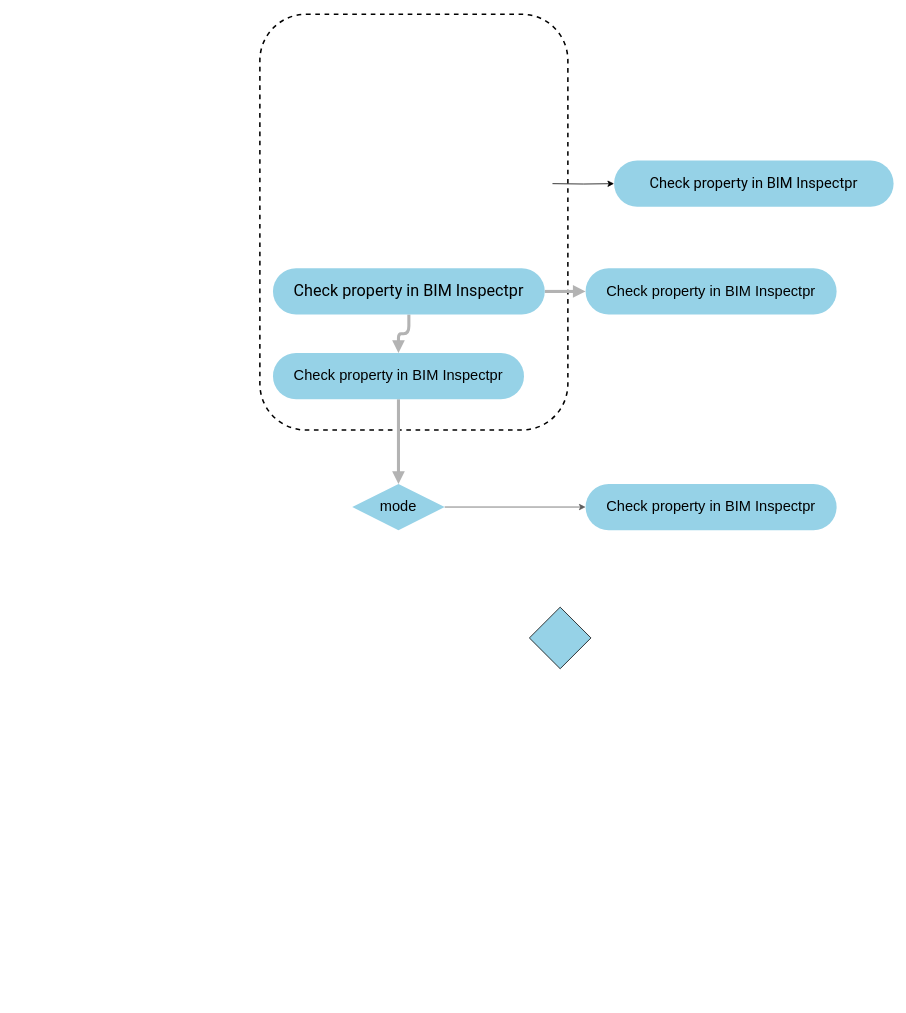
Before: Untitled Diagram.drawio in EricHsuYC/EricHsuYC.github.io, a draw.io diagram. Source tidied: cells renumbered, new cells numbered last; positions are measured from the earlier drawing's top-left corner, leaving out a move shared by most shapes. Both pictures are drawn from the tidied source at 77%, with x=0, y=0 at pixel (259, 14).
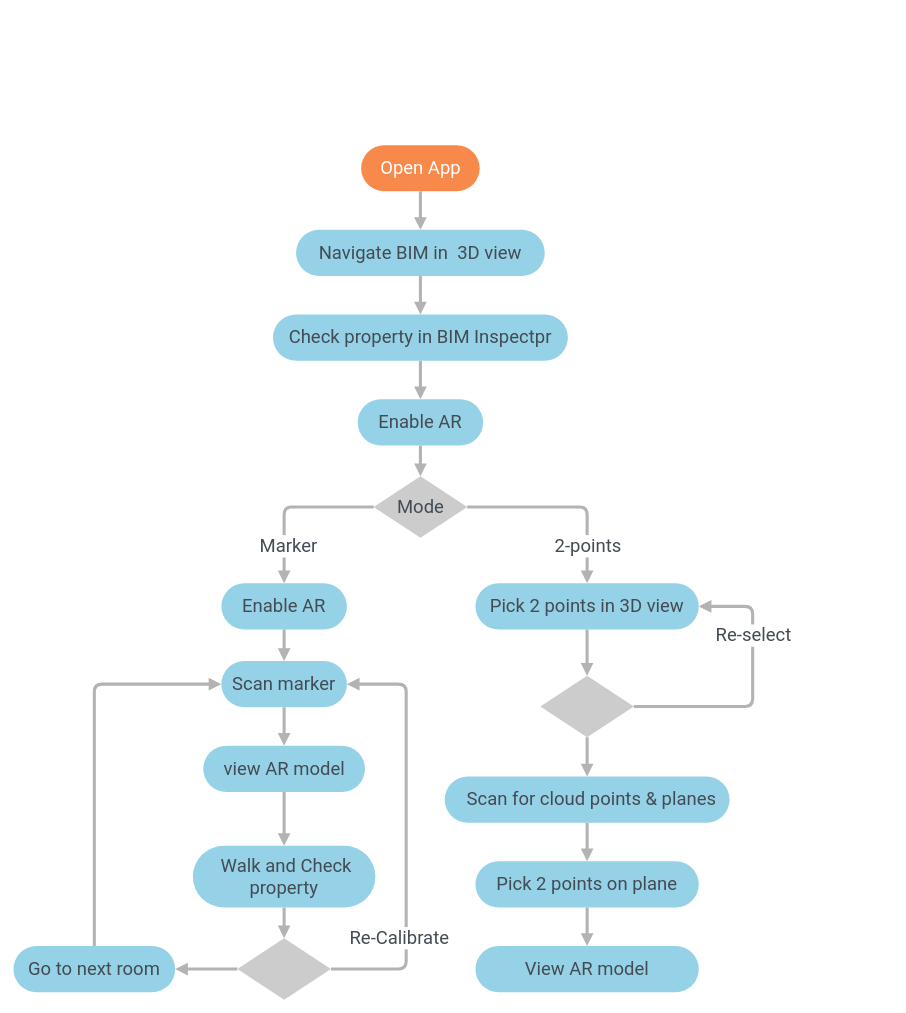
The same diagram, later.

The edit, as a diff of the source:
```diff
@@
-    <mxCell id="2" style="rounded=1;whiteSpace=wrap;html=1;fontFamily=Verdana;fillColor=none;dashed=1;perimeterSpacing=1;strokeWidth=2;" parent="1" vertex="1">
-      <mxGeometry width="400" height="540" as="geometry" />
-    </mxCell>
-    <mxCell id="3" style="edgeStyle=orthogonalEdgeStyle;jettySize=auto;html=1;strokeColor=#B3B3B3;strokeWidth=4;rounded=1;startArrow=none;startFill=0;endArrow=block;endFill=1;" parent="1" edge="1" source="5" target="10">
-      <mxGeometry relative="1" as="geometry" />
-    </mxCell>
-    <mxCell id="4" style="edgeStyle=orthogonalEdgeStyle;rounded=1;jettySize=auto;html=1;startArrow=none;startFill=0;endArrow=block;endFill=1;strokeColor=#B3B3B3;strokeWidth=4;" parent="1" edge="1" source="5" target="8">
-      <mxGeometry relative="1" as="geometry" />
-    </mxCell>
+    <mxCell id="15" style="edgeStyle=orthogonalEdgeStyle;rounded=1;jettySize=auto;html=1;fontFamily=Helvetica;strokeColor=#B3B3B3;strokeWidth=4;endFill=1;endArrow=block;startFill=0;startArrow=none;" parent="1" edge="1" source="5" target="17">
+      <mxGeometry relative="1" as="geometry" />
+    </mxCell>
-    <mxCell id="5" value="&lt;font style=&quot;font-size: 21px&quot; face=&quot;Roboto&quot;&gt;Check property in BIM Inspectpr&lt;/font&gt;" style="rounded=1;whiteSpace=wrap;html=1;arcSize=50;fillColor=#96D2E7;strokeColor=none;" parent="1" vertex="1">
-      <mxGeometry x="17" y="330" width="353" height="60" as="geometry" />
+    <mxCell id="5" value="&lt;font color=&quot;#434b54&quot; face=&quot;Roboto&quot;&gt;&lt;span style=&quot;font-size: 24px&quot;&gt;Navigate BIM in&amp;nbsp; 3D view&lt;/span&gt;&lt;/font&gt;" style="rounded=1;whiteSpace=wrap;html=1;arcSize=50;fillColor=#96D2E7;strokeColor=none;" parent="1" vertex="1">
+      <mxGeometry x="47" y="280" width="323" height="60" as="geometry" />
     </mxCell>
-    <mxCell id="6" style="edgeStyle=orthogonalEdgeStyle;rounded=0;jettySize=auto;html=1;fontFamily=Verdana;" parent="1" edge="1" target="7">
-      <mxGeometry relative="1" as="geometry">
-        <mxPoint x="380" y="220" as="sourcePoint" />
-      </mxGeometry>
-    </mxCell>
-    <mxCell id="7" value="&lt;font style=&quot;font-size: 19px&quot;&gt;Check property in BIM Inspectpr&lt;/font&gt;" style="rounded=1;whiteSpace=wrap;html=1;arcSize=50;fillColor=#96D2E7;strokeColor=none;fontFamily=Roboto;FType=g;" parent="1" vertex="1">
-      <mxGeometry x="460" y="190" width="363" height="60" as="geometry" />
-    </mxCell>
-    <mxCell id="8" value="&lt;font style=&quot;font-size: 19px&quot;&gt;Check property in BIM Inspectpr&lt;/font&gt;" style="rounded=1;whiteSpace=wrap;html=1;arcSize=50;fillColor=#96D2E7;strokeColor=none;" parent="1" vertex="1">
-      <mxGeometry x="423" y="330" width="326" height="60" as="geometry" />
-    </mxCell>
-    <mxCell id="9" style="edgeStyle=orthogonalEdgeStyle;rounded=1;jettySize=auto;html=1;strokeColor=#B3B3B3;strokeWidth=4;endFill=1;endArrow=block;startFill=0;startArrow=none;" parent="1" edge="1" source="10" target="12">
-      <mxGeometry relative="1" as="geometry" />
-    </mxCell>
-    <mxCell id="10" value="&lt;font style=&quot;font-size: 19px&quot;&gt;Check property in BIM Inspectpr&lt;/font&gt;" style="rounded=1;whiteSpace=wrap;html=1;arcSize=50;fillColor=#96D2E7;strokeColor=none;" parent="1" vertex="1">
-      <mxGeometry x="17" y="440" width="326" height="60" as="geometry" />
-    </mxCell>
-    <mxCell id="11" style="edgeStyle=orthogonalEdgeStyle;rounded=0;jettySize=auto;html=1;strokeColor=#5C5C5C;" parent="1" edge="1" source="12" target="13">
-      <mxGeometry relative="1" as="geometry" />
-    </mxCell>
-    <mxCell id="12" value="&lt;font style=&quot;font-size: 19px&quot;&gt;mode&lt;/font&gt;" style="rhombus;whiteSpace=wrap;html=1;rounded=0;comic=0;strokeColor=none;fillColor=#96D2E7;" parent="1" vertex="1">
-      <mxGeometry x="120" y="610" width="120" height="60" as="geometry" />
-    </mxCell>
-    <mxCell id="13" value="&lt;font style=&quot;font-size: 19px&quot;&gt;Check property in BIM Inspectpr&lt;/font&gt;" style="rounded=1;whiteSpace=wrap;html=1;arcSize=50;fillColor=#96D2E7;strokeColor=none;" parent="1" vertex="1">
-      <mxGeometry x="423" y="610" width="326" height="60" as="geometry" />
-    </mxCell>
+    <mxCell id="16" style="edgeStyle=orthogonalEdgeStyle;jettySize=auto;html=1;startFill=0;endArrow=block;endFill=1;strokeColor=#B3B3B3;strokeWidth=4;" parent="1" edge="1" source="17" target="19">
+      <mxGeometry relative="1" as="geometry" />
+    </mxCell>
+    <mxCell id="17" value="&lt;font style=&quot;font-size: 24px&quot; face=&quot;Roboto&quot; color=&quot;#434b54&quot;&gt;Check property in BIM Inspectpr&lt;/font&gt;" style="rounded=1;whiteSpace=wrap;html=1;arcSize=50;fillColor=#96D2E7;strokeColor=none;" parent="1" vertex="1">
+      <mxGeometry x="17" y="390" width="383" height="60" as="geometry" />
+    </mxCell>
+    <mxCell id="18" style="edgeStyle=orthogonalEdgeStyle;jettySize=auto;html=1;exitX=0.5;exitY=1;exitDx=0;exitDy=0;entryX=0.5;entryY=0;entryDx=0;entryDy=0;startFill=0;endArrow=block;endFill=1;strokeColor=#B3B3B3;strokeWidth=4;" parent="1" edge="1" source="19" target="14">
+      <mxGeometry relative="1" as="geometry" />
+    </mxCell>
+    <mxCell id="19" value="&lt;font color=&quot;#434b54&quot; face=&quot;Roboto&quot;&gt;&lt;span style=&quot;font-size: 24px&quot;&gt;Enable AR&lt;/span&gt;&lt;/font&gt;" style="rounded=1;whiteSpace=wrap;html=1;arcSize=50;fillColor=#96D2E7;strokeColor=none;" parent="1" vertex="1">
+      <mxGeometry x="127" y="500" width="163" height="60" as="geometry" />
+    </mxCell>
+    <mxCell id="20" style="edgeStyle=orthogonalEdgeStyle;jettySize=auto;html=1;entryX=0.5;entryY=0;entryDx=0;entryDy=0;startFill=0;endArrow=block;endFill=1;strokeColor=#B3B3B3;strokeWidth=4;" parent="1" edge="1" source="14" target="27">
+      <mxGeometry relative="1" as="geometry" />
+    </mxCell>
+    <mxCell id="21" value="2-points" style="text;html=1;align=center;verticalAlign=middle;labelBackgroundColor=#ffffff;fontFamily=Roboto;fontSize=24;fontColor=#434B54;" parent="20" vertex="1">
+      <mxGeometry x="-0.12" y="-51" relative="1" as="geometry">
+        <mxPoint x="43.8" y="-1" as="offset" />
+      </mxGeometry>
+    </mxCell>
+    <mxCell id="22" style="edgeStyle=orthogonalEdgeStyle;jettySize=auto;html=1;entryX=0.5;entryY=0;entryDx=0;entryDy=0;startFill=0;endArrow=block;endFill=1;strokeColor=#B3B3B3;strokeWidth=4;" parent="1" edge="1" source="14" target="29">
+      <mxGeometry relative="1" as="geometry" />
+    </mxCell>
+    <mxCell id="23" value="Marker" style="text;html=1;align=center;verticalAlign=middle;labelBackgroundColor=#ffffff;fontSize=24;fontFamily=Roboto;fontColor=#434B54;" parent="22" vertex="1">
+      <mxGeometry y="31" relative="1" as="geometry">
+        <mxPoint x="-2.9" y="19" as="offset" />
+      </mxGeometry>
+    </mxCell>
-    <mxCell id="14" style="rhombus;whiteSpace=wrap;html=1;rounded=0;comic=0;strokeColor=#000000;fillColor=#96D2E7;" parent="1" vertex="1">
-      <mxGeometry x="350" y="770" width="80" height="80" as="geometry" />
+    <mxCell id="14" value="&lt;font style=&quot;font-size: 24px&quot; face=&quot;Roboto&quot; color=&quot;#434b54&quot;&gt;Mode&lt;/font&gt;" style="rhombus;whiteSpace=wrap;html=1;rounded=0;comic=0;strokeColor=none;fillColor=#CCCCCC;" parent="1" vertex="1">
+      <mxGeometry x="147.8" y="600" width="121.5" height="80" as="geometry" />
     </mxCell>
+    <mxCell id="24" style="edgeStyle=orthogonalEdgeStyle;rounded=1;jettySize=auto;html=1;exitX=0.5;exitY=1;exitDx=0;exitDy=0;fontFamily=Helvetica;strokeColor=#B3B3B3;strokeWidth=4;endFill=1;endArrow=block;startFill=0;startArrow=none;" parent="1" edge="1" source="25" target="5">
+      <mxGeometry relative="1" as="geometry" />
+    </mxCell>
+    <mxCell id="25" value="&lt;font style=&quot;font-size: 24px&quot; color=&quot;#ffffff&quot;&gt;Open App&lt;/font&gt;" style="rounded=1;whiteSpace=wrap;html=1;fillColor=#F78A4A;fontFamily=Roboto;arcSize=50;strokeColor=none;" parent="1" vertex="1">
+      <mxGeometry x="131.5" y="170" width="154" height="60" as="geometry" />
+    </mxCell>
+    <mxCell id="26" style="edgeStyle=orthogonalEdgeStyle;jettySize=auto;html=1;entryX=0.5;entryY=0;entryDx=0;entryDy=0;startFill=0;endArrow=block;endFill=1;strokeColor=#B3B3B3;strokeWidth=4;" parent="1" edge="1" source="27" target="39">
+      <mxGeometry relative="1" as="geometry" />
+    </mxCell>
+    <mxCell id="27" value="&lt;font color=&quot;#434b54&quot; face=&quot;Roboto&quot;&gt;&lt;span style=&quot;font-size: 24px&quot;&gt;Pick 2 points in 3D view&lt;/span&gt;&lt;/font&gt;" style="rounded=1;whiteSpace=wrap;html=1;arcSize=50;fillColor=#96D2E7;strokeColor=none;" parent="1" vertex="1">
+      <mxGeometry x="280" y="739" width="290" height="60" as="geometry" />
+    </mxCell>
+    <mxCell id="28" style="edgeStyle=orthogonalEdgeStyle;jettySize=auto;html=1;startFill=0;endArrow=block;endFill=1;strokeColor=#B3B3B3;strokeWidth=4;" parent="1" edge="1" source="29" target="31">
+      <mxGeometry relative="1" as="geometry" />
+    </mxCell>
+    <mxCell id="29" value="&lt;font color=&quot;#434b54&quot; face=&quot;Roboto&quot;&gt;&lt;span style=&quot;font-size: 24px&quot;&gt;Enable AR&lt;/span&gt;&lt;/font&gt;" style="rounded=1;whiteSpace=wrap;html=1;arcSize=50;fillColor=#96D2E7;strokeColor=none;" parent="1" vertex="1">
+      <mxGeometry x="-50" y="739" width="163" height="60" as="geometry" />
+    </mxCell>
+    <mxCell id="30" style="edgeStyle=orthogonalEdgeStyle;jettySize=auto;html=1;startFill=0;endArrow=block;endFill=1;strokeColor=#B3B3B3;strokeWidth=4;" parent="1" edge="1" source="31" target="33">
+      <mxGeometry relative="1" as="geometry" />
+    </mxCell>
+    <mxCell id="31" value="&lt;font color=&quot;#434b54&quot; face=&quot;Roboto&quot;&gt;&lt;span style=&quot;font-size: 24px&quot;&gt;Scan marker&lt;/span&gt;&lt;/font&gt;" style="rounded=1;whiteSpace=wrap;html=1;arcSize=50;fillColor=#96D2E7;strokeColor=none;" parent="1" vertex="1">
+      <mxGeometry x="-50" y="840" width="163" height="60" as="geometry" />
+    </mxCell>
+    <mxCell id="32" style="edgeStyle=orthogonalEdgeStyle;jettySize=auto;html=1;startFill=0;endArrow=block;endFill=1;strokeColor=#B3B3B3;strokeWidth=4;" parent="1" edge="1" source="33" target="35">
+      <mxGeometry relative="1" as="geometry" />
+    </mxCell>
+    <mxCell id="33" value="&lt;font color=&quot;#434b54&quot; face=&quot;Roboto&quot;&gt;&lt;span style=&quot;font-size: 24px&quot;&gt;view AR model&lt;/span&gt;&lt;/font&gt;" style="rounded=1;whiteSpace=wrap;html=1;arcSize=50;fillColor=#96D2E7;strokeColor=none;" parent="1" vertex="1">
+      <mxGeometry x="-73.5" y="950" width="210" height="60" as="geometry" />
+    </mxCell>
+    <mxCell id="34" style="edgeStyle=orthogonalEdgeStyle;jettySize=auto;html=1;entryX=0.5;entryY=0;entryDx=0;entryDy=0;startFill=0;endArrow=block;endFill=1;strokeColor=#B3B3B3;strokeWidth=4;" parent="1" edge="1" source="35" target="48">
+      <mxGeometry relative="1" as="geometry" />
+    </mxCell>
+    <mxCell id="35" value="&lt;font color=&quot;#434b54&quot; face=&quot;Roboto&quot;&gt;&lt;span style=&quot;font-size: 24px&quot;&gt;&amp;nbsp;Walk and Check property&lt;/span&gt;&lt;/font&gt;" style="rounded=1;whiteSpace=wrap;html=1;arcSize=50;fillColor=#96D2E7;strokeColor=none;" parent="1" vertex="1">
+      <mxGeometry x="-87" y="1080" width="237" height="80" as="geometry" />
+    </mxCell>
+    <mxCell id="36" style="edgeStyle=orthogonalEdgeStyle;jettySize=auto;html=1;entryX=0.5;entryY=0;entryDx=0;entryDy=0;startFill=0;endArrow=block;endFill=1;strokeColor=#B3B3B3;strokeWidth=4;" parent="1" edge="1" source="39" target="41">
+      <mxGeometry relative="1" as="geometry" />
+    </mxCell>
+    <mxCell id="37" style="edgeStyle=orthogonalEdgeStyle;jettySize=auto;html=1;entryX=1;entryY=0.5;entryDx=0;entryDy=0;startFill=0;endArrow=block;endFill=1;strokeColor=#B3B3B3;strokeWidth=4;" parent="1" edge="1" source="39" target="27">
+      <mxGeometry relative="1" as="geometry">
+        <Array as="points">
+          <mxPoint x="425" y="899" />
+          <mxPoint x="640" y="899" />
+          <mxPoint x="640" y="769" />
+        </Array>
+      </mxGeometry>
+    </mxCell>
+    <mxCell id="38" value="Re-select" style="text;html=1;align=center;verticalAlign=middle;labelBackgroundColor=#ffffff;fontSize=24;fontFamily=Roboto;fontColor=#434B54;" parent="37" vertex="1">
+      <mxGeometry x="0.07" y="2" relative="1" as="geometry">
+        <mxPoint x="2.1" y="-57" as="offset" />
+      </mxGeometry>
+    </mxCell>
+    <mxCell id="39" style="rhombus;whiteSpace=wrap;html=1;rounded=0;comic=0;strokeColor=none;fillColor=#CCCCCC;" parent="1" vertex="1">
+      <mxGeometry x="364.2" y="859" width="121.5" height="80" as="geometry" />
+    </mxCell>
+    <mxCell id="40" style="edgeStyle=orthogonalEdgeStyle;jettySize=auto;html=1;startFill=0;endArrow=block;endFill=1;strokeColor=#B3B3B3;strokeWidth=4;" parent="1" edge="1" source="41" target="43">
+      <mxGeometry relative="1" as="geometry" />
+    </mxCell>
+    <mxCell id="41" value="&lt;font color=&quot;#434b54&quot; face=&quot;Roboto&quot;&gt;&lt;span style=&quot;font-size: 24px&quot;&gt;&amp;nbsp; &amp;nbsp; Scan for cloud points &amp;amp; planes&amp;nbsp;&amp;nbsp;&lt;/span&gt;&lt;/font&gt;" style="rounded=1;whiteSpace=wrap;html=1;arcSize=50;fillColor=#96D2E7;strokeColor=none;" parent="1" vertex="1">
+      <mxGeometry x="240" y="990" width="370" height="60" as="geometry" />
+    </mxCell>
+    <mxCell id="42" style="edgeStyle=orthogonalEdgeStyle;jettySize=auto;html=1;startFill=0;endArrow=block;endFill=1;strokeColor=#B3B3B3;strokeWidth=4;" parent="1" edge="1" source="43" target="44">
+      <mxGeometry relative="1" as="geometry" />
+    </mxCell>
+    <mxCell id="43" value="&lt;font color=&quot;#434b54&quot; face=&quot;Roboto&quot;&gt;&lt;span style=&quot;font-size: 24px&quot;&gt;Pick 2 points on plane&lt;/span&gt;&lt;/font&gt;" style="rounded=1;whiteSpace=wrap;html=1;arcSize=50;fillColor=#96D2E7;strokeColor=none;" parent="1" vertex="1">
+      <mxGeometry x="280" y="1100" width="290" height="60" as="geometry" />
+    </mxCell>
+    <mxCell id="44" value="&lt;font color=&quot;#434b54&quot; face=&quot;Roboto&quot;&gt;&lt;span style=&quot;font-size: 24px&quot;&gt;View AR model&lt;/span&gt;&lt;/font&gt;" style="rounded=1;whiteSpace=wrap;html=1;arcSize=50;fillColor=#96D2E7;strokeColor=none;" parent="1" vertex="1">
+      <mxGeometry x="280" y="1210" width="290" height="60" as="geometry" />
+    </mxCell>
+    <mxCell id="45" style="edgeStyle=orthogonalEdgeStyle;jettySize=auto;html=1;entryX=1;entryY=0.5;entryDx=0;entryDy=0;startFill=0;endArrow=block;endFill=1;strokeColor=#B3B3B3;strokeWidth=4;" parent="1" edge="1" source="48" target="50">
+      <mxGeometry relative="1" as="geometry" />
+    </mxCell>
+    <mxCell id="46" style="edgeStyle=orthogonalEdgeStyle;jettySize=auto;html=1;entryX=1;entryY=0.5;entryDx=0;entryDy=0;startFill=0;endArrow=block;endFill=1;strokeColor=#B3B3B3;strokeWidth=4;" parent="1" edge="1" source="48" target="31">
+      <mxGeometry relative="1" as="geometry">
+        <Array as="points">
+          <mxPoint x="190" y="1240" />
+          <mxPoint x="190" y="870" />
+        </Array>
+      </mxGeometry>
+    </mxCell>
+    <mxCell id="47" value="Re-Calibrate" style="text;html=1;align=center;verticalAlign=middle;labelBackgroundColor=#ffffff;fontSize=24;fontFamily=Roboto;fontColor=#434B54;" parent="46" vertex="1">
+      <mxGeometry x="0.41" y="-3" relative="1" as="geometry">
+        <mxPoint x="-13" y="246.2" as="offset" />
+      </mxGeometry>
+    </mxCell>
+    <mxCell id="48" style="rhombus;whiteSpace=wrap;html=1;rounded=0;comic=0;strokeColor=none;fillColor=#CCCCCC;dashed=1;fontFamily=Roboto;fontSize=24;fontColor=#434B54;" parent="1" vertex="1">
+      <mxGeometry x="-29.2" y="1200" width="121.5" height="80" as="geometry" />
+    </mxCell>
+    <mxCell id="49" style="edgeStyle=orthogonalEdgeStyle;jettySize=auto;html=1;entryX=0;entryY=0.5;entryDx=0;entryDy=0;startFill=0;endArrow=block;endFill=1;strokeColor=#B3B3B3;strokeWidth=4;" parent="1" edge="1" source="50" target="31">
+      <mxGeometry relative="1" as="geometry">
+        <Array as="points">
+          <mxPoint x="-215" y="870" />
+        </Array>
+      </mxGeometry>
+    </mxCell>
+    <mxCell id="50" value="&lt;font color=&quot;#434b54&quot; face=&quot;Roboto&quot;&gt;&lt;span style=&quot;font-size: 24px&quot;&gt;Go to next room&lt;/span&gt;&lt;/font&gt;" style="rounded=1;whiteSpace=wrap;html=1;arcSize=50;fillColor=#96D2E7;strokeColor=none;" parent="1" vertex="1">
+      <mxGeometry x="-320" y="1210" width="210" height="60" as="geometry" />
+    </mxCell>
```
